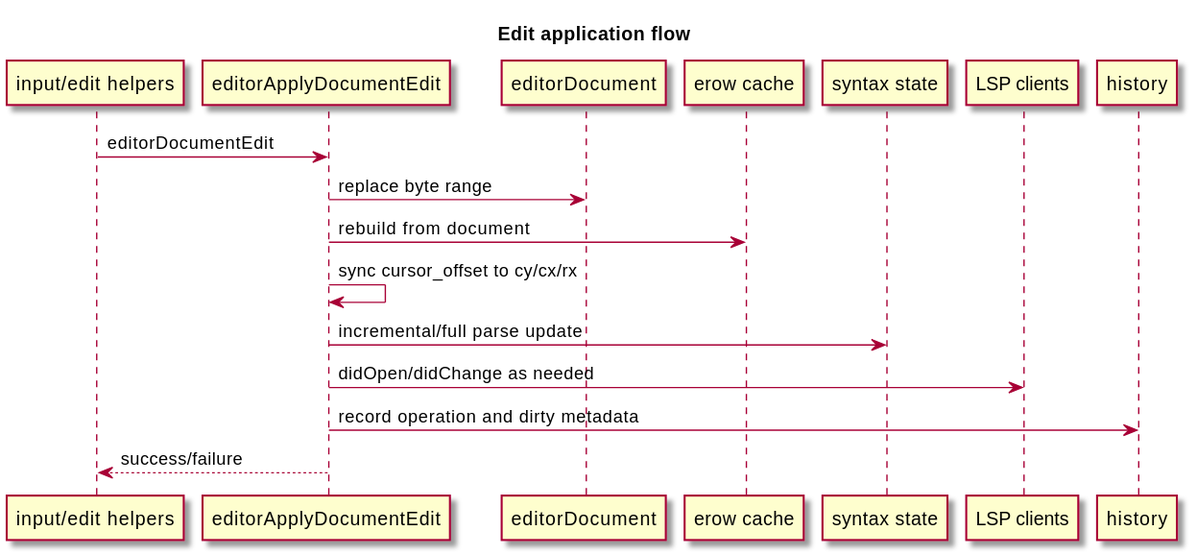
Earlier version of the PlantUML export docs/diagrams/svg/edit-flow.svg (kokkoniemi/rotide). Its source is kept beside it as docs/diagrams/src/edit-flow.puml.
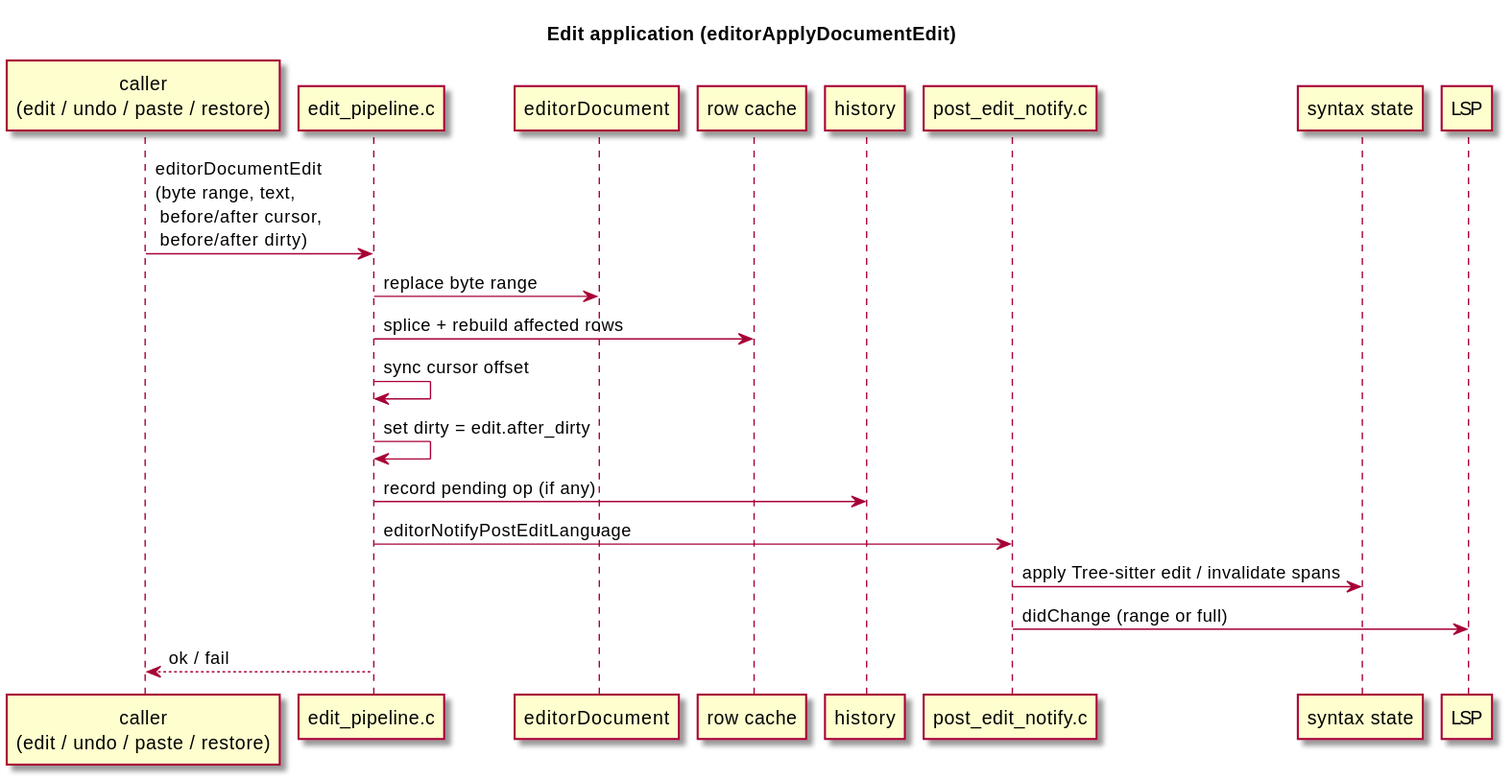
After the change.

Diff of the diagram source:
```diff
@@ -1,23 +1,26 @@
 @startuml
 skin rose
 skinparam backgroundColor #FFFFFF
-title Edit application flow
+title Edit application (editorApplyDocumentEdit)
 
-participant "input/edit helpers" as input
-participant "editorApplyDocumentEdit" as apply
+participant "caller\n(edit / undo / paste / restore)" as input
+participant "edit_pipeline.c" as pipe
 participant "editorDocument" as doc
-participant "erow cache" as rows
+participant "row cache" as rows
+participant "history" as history
+participant "post_edit_notify.c" as notify
 participant "syntax state" as syntax
-participant "LSP clients" as lsp
-participant "history" as history
+participant "LSP" as lsp
 
-input -> apply : editorDocumentEdit
-apply -> doc : replace byte range
-apply -> rows : rebuild from document
-apply -> apply : sync cursor_offset to cy/cx/rx
-apply -> syntax : incremental/full parse update
-apply -> lsp : didOpen/didChange as needed
-apply -> history : record operation and dirty metadata
-apply --> input : success/failure
+input -> pipe : editorDocumentEdit\n(byte range, text,\n before/after cursor,\n before/after dirty)
+pipe -> doc : replace byte range
+pipe -> rows : splice + rebuild affected rows
+pipe -> pipe : sync cursor offset
+pipe -> pipe : set dirty = edit.after_dirty
+pipe -> history : record pending op (if any)
+pipe -> notify : editorNotifyPostEditLanguage
+notify -> syntax : apply Tree-sitter edit / invalidate spans
+notify -> lsp : didChange (range or full)
+pipe --> input : ok / fail
 
 @enduml
```
